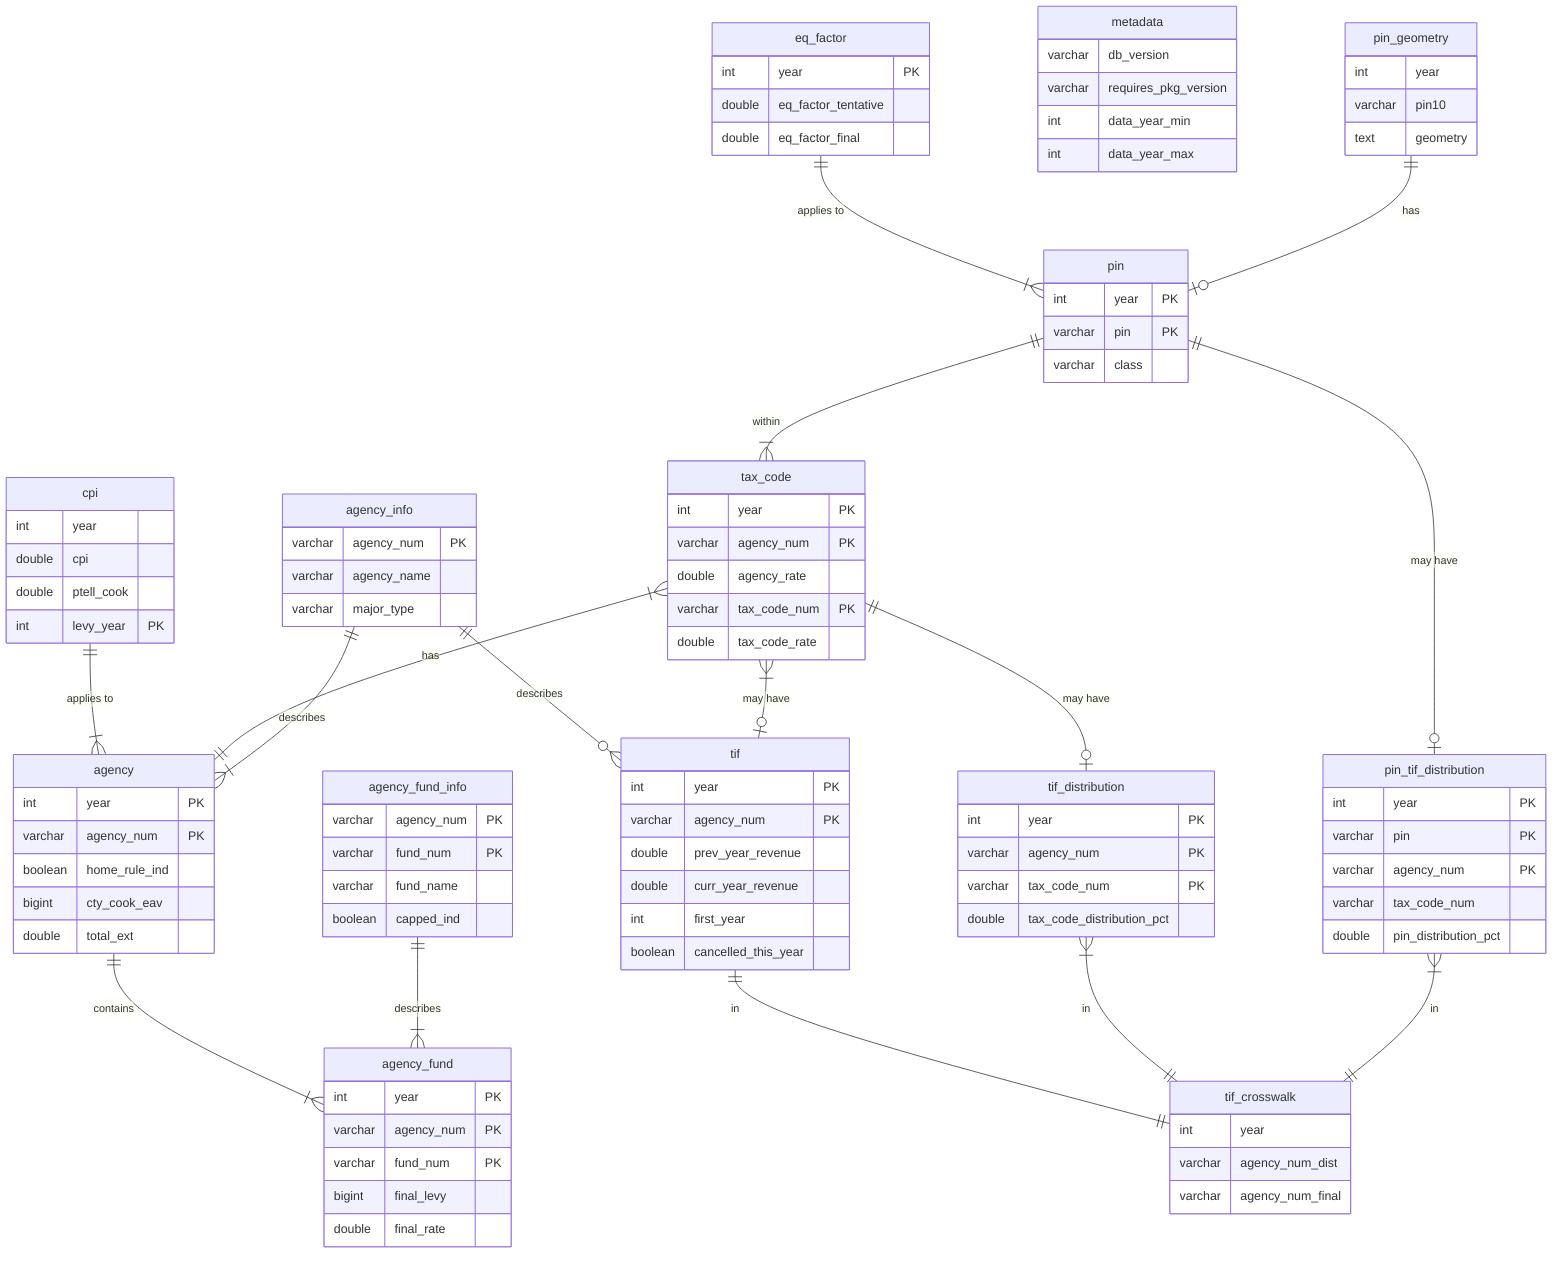
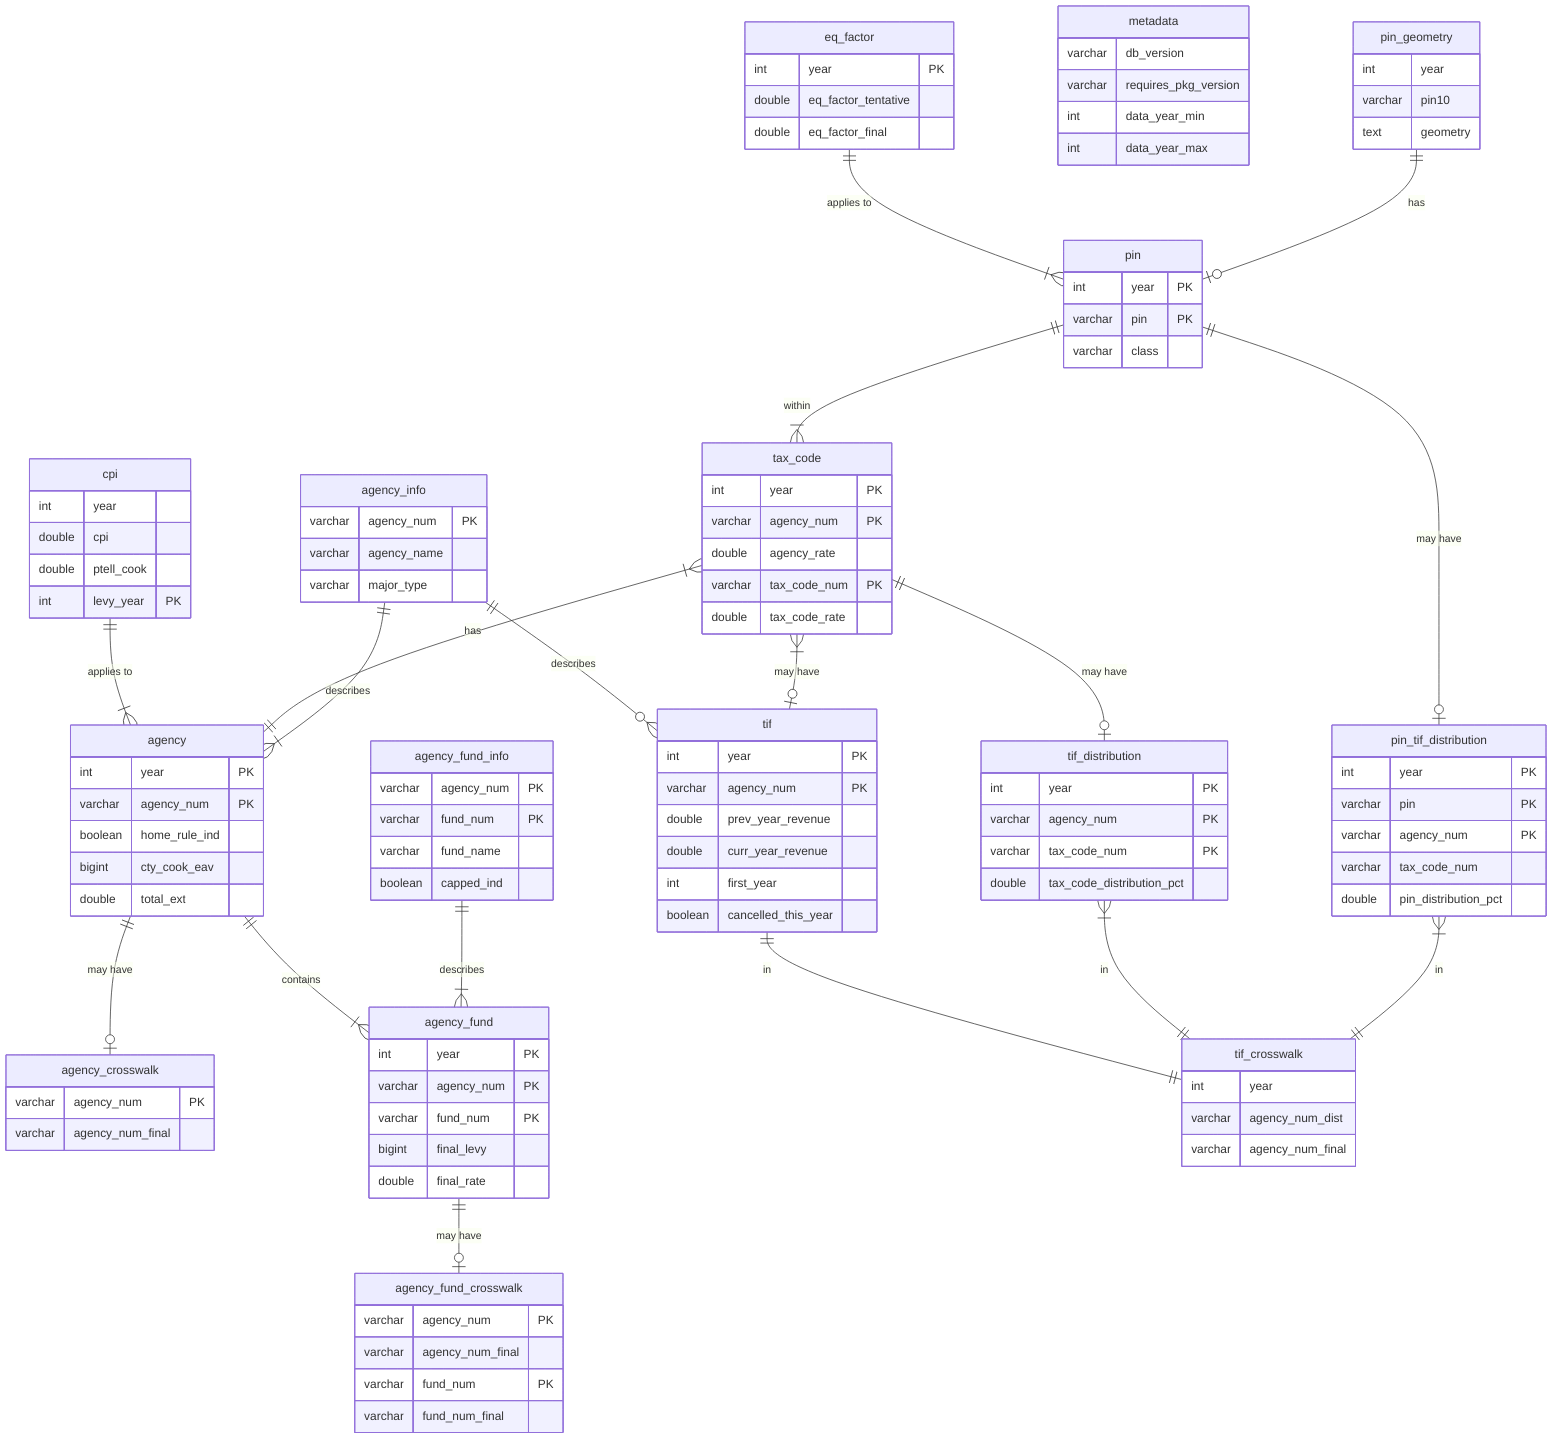
erDiagram

  agency {
    int     year              PK
    varchar agency_num        PK
    boolean home_rule_ind
    bigint  cty_cook_eav
    double  total_ext
  }

  agency_info {
    varchar agency_num         PK
    varchar agency_name
    varchar major_type
  }

+   agency_crosswalk {
+     varchar agency_num         PK
+     varchar agency_num_final
+   }
+ 
  agency_fund {
    int     year               PK
    varchar agency_num         PK
    varchar fund_num           PK
    bigint  final_levy
    double  final_rate
  }

  agency_fund_info {
    varchar agency_num         PK
    varchar fund_num           PK
    varchar fund_name
    boolean capped_ind
+   }
+ 
+   agency_fund_crosswalk {
+     varchar agency_num         PK
+     varchar agency_num_final
+     varchar fund_num           PK
+     varchar fund_num_final
  }

  cpi {
    int     year
    double  cpi
    double  ptell_cook
    int     levy_year          PK
  }

  eq_factor {
    int     year               PK
    double  eq_factor_tentative
    double  eq_factor_final
  }

  metadata {
    varchar db_version
    varchar requires_pkg_version
    int     data_year_min
    int     data_year_max
  }

  pin {
    int     year               PK
    varchar pin                PK
    varchar class
  }

  pin_geometry {
    int     year
    varchar pin10
    text    geometry
  }

  tax_code {
    int     year               PK
    varchar agency_num         PK
    double  agency_rate
    varchar tax_code_num       PK
    double  tax_code_rate
  }

  tif {
    int     year               PK
    varchar agency_num         PK
    double  prev_year_revenue
    double  curr_year_revenue
    int     first_year
    boolean cancelled_this_year
  }

  tif_crosswalk {
    int     year
    varchar agency_num_dist
    varchar agency_num_final
  }

  tif_distribution {
    int     year               PK
    varchar agency_num         PK
    varchar tax_code_num       PK
    double  tax_code_distribution_pct
  }

  pin_tif_distribution {
    int     year               PK
    varchar pin                PK
    varchar agency_num         PK
    varchar tax_code_num
    double  pin_distribution_pct
  }

  eq_factor ||--|{ pin : "applies to"
  pin ||--|{ tax_code : "within"
  pin ||--o| pin_tif_distribution : "may have"
  cpi ||--|{ agency : "applies to"
  tax_code }|--|| agency : "has"
  tax_code ||--o| tif_distribution : "may have"
  agency ||--|{ agency_fund : "contains"
+   agency ||--o| agency_crosswalk : "may have"
  agency_info ||--|{ agency : "describes"
+   agency_fund ||--o| agency_fund_crosswalk : "may have"
  agency_fund_info ||--|{ agency_fund : "describes"
  tif ||--|| tif_crosswalk : "in"
  tif_distribution }|--|| tif_crosswalk : "in"
  pin_tif_distribution }|--|| tif_crosswalk : "in"
  agency_info ||--o{ tif: "describes"
  tax_code }|--o| tif : "may have"
  pin_geometry ||--o| pin : "has"
